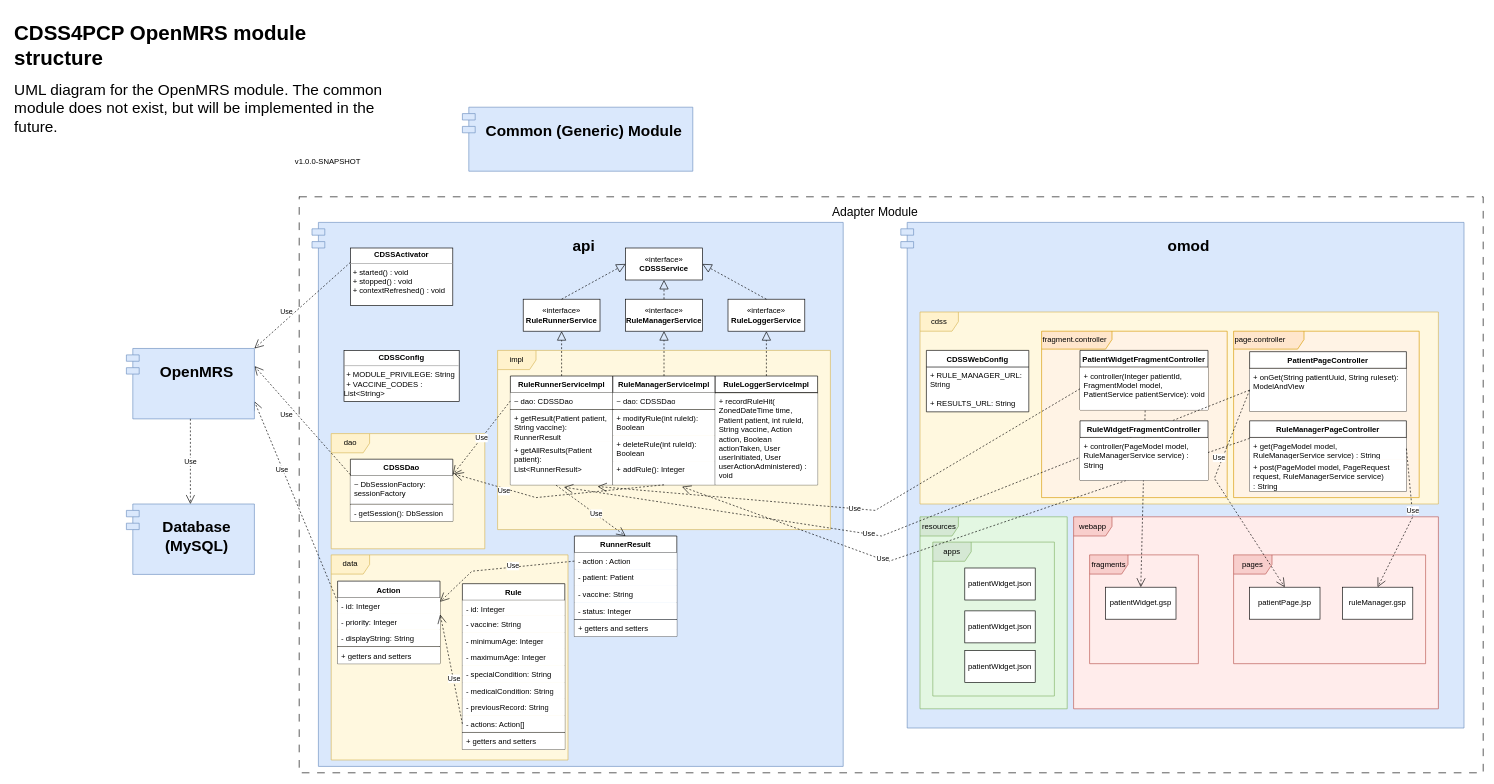
Above: OpenMRS/OpenMRS module structure.drawio in CDSS4PCP/EMR_EHR4CDSSPCP (draw.io), before the change. Source tidied: cells renumbered, new cells numbered last; positions are measured from the earlier drawing's top-left corner, leaving out a move shared by most shapes. Both pictures are drawn from the tidied source at 64%, with x=0, y=0 at pixel (11, 17).
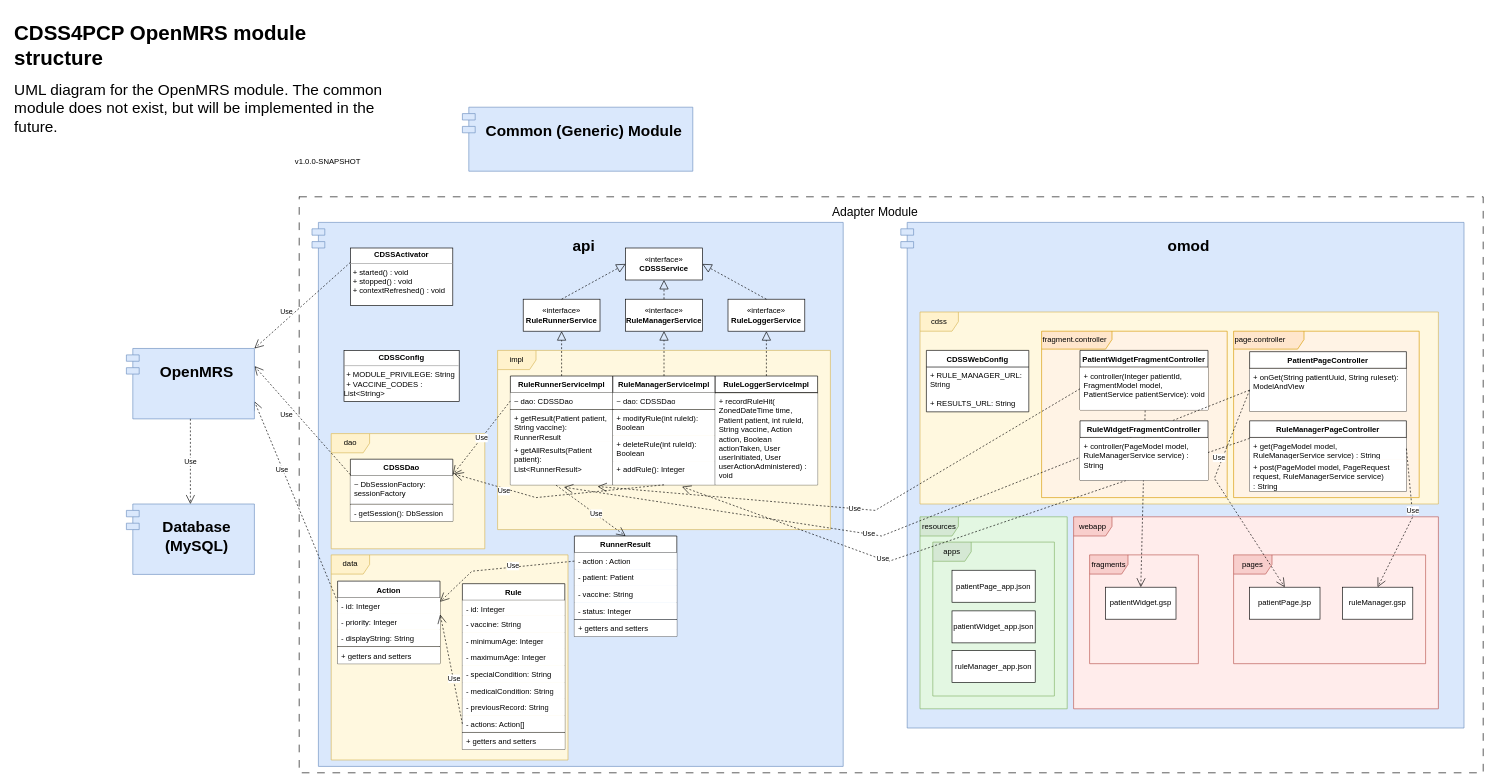
After the change.

The edit, as a diff of the source:
```diff
@@
-    <mxCell id="83" value="patientWidget.json" style="html=1;whiteSpace=wrap;" parent="1" vertex="1">
-      <mxGeometry x="1490" y="860" width="110" height="50" as="geometry" />
+    <mxCell id="83" value="patientPage_app.json" style="html=1;whiteSpace=wrap;" parent="1" vertex="1">
+      <mxGeometry x="1470" y="863.5" width="130" height="50" as="geometry" />
     </mxCell>
-    <mxCell id="84" value="patientWidget.json" style="html=1;whiteSpace=wrap;" parent="1" vertex="1">
-      <mxGeometry x="1490" y="927" width="110" height="50" as="geometry" />
+    <mxCell id="84" value="patientWidget_app.json" style="html=1;whiteSpace=wrap;" parent="1" vertex="1">
+      <mxGeometry x="1470" y="927" width="130" height="50" as="geometry" />
     </mxCell>
-    <mxCell id="85" value="patientWidget.json" style="html=1;whiteSpace=wrap;" parent="1" vertex="1">
-      <mxGeometry x="1490" y="989" width="110" height="50" as="geometry" />
+    <mxCell id="85" value="ruleManager_app.json" style="html=1;whiteSpace=wrap;" parent="1" vertex="1">
+      <mxGeometry x="1470" y="989" width="130" height="50" as="geometry" />
     </mxCell>
```
